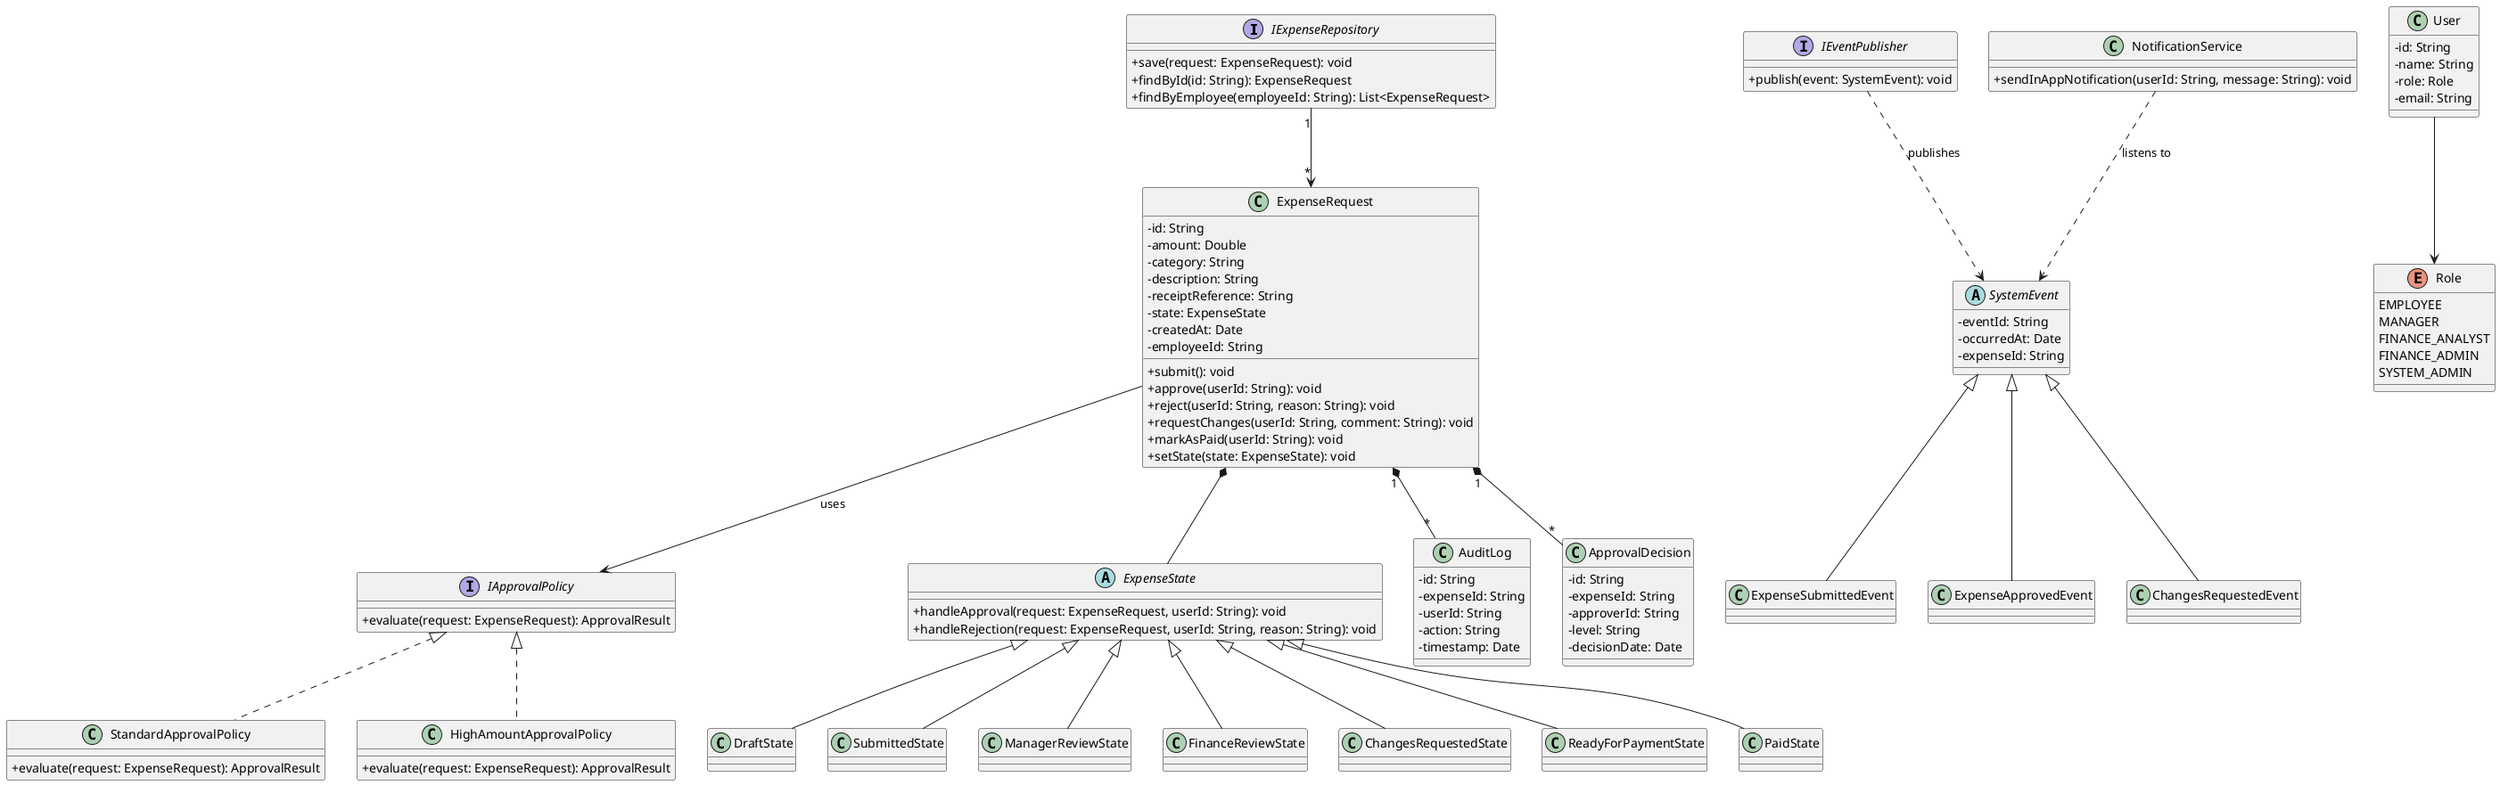
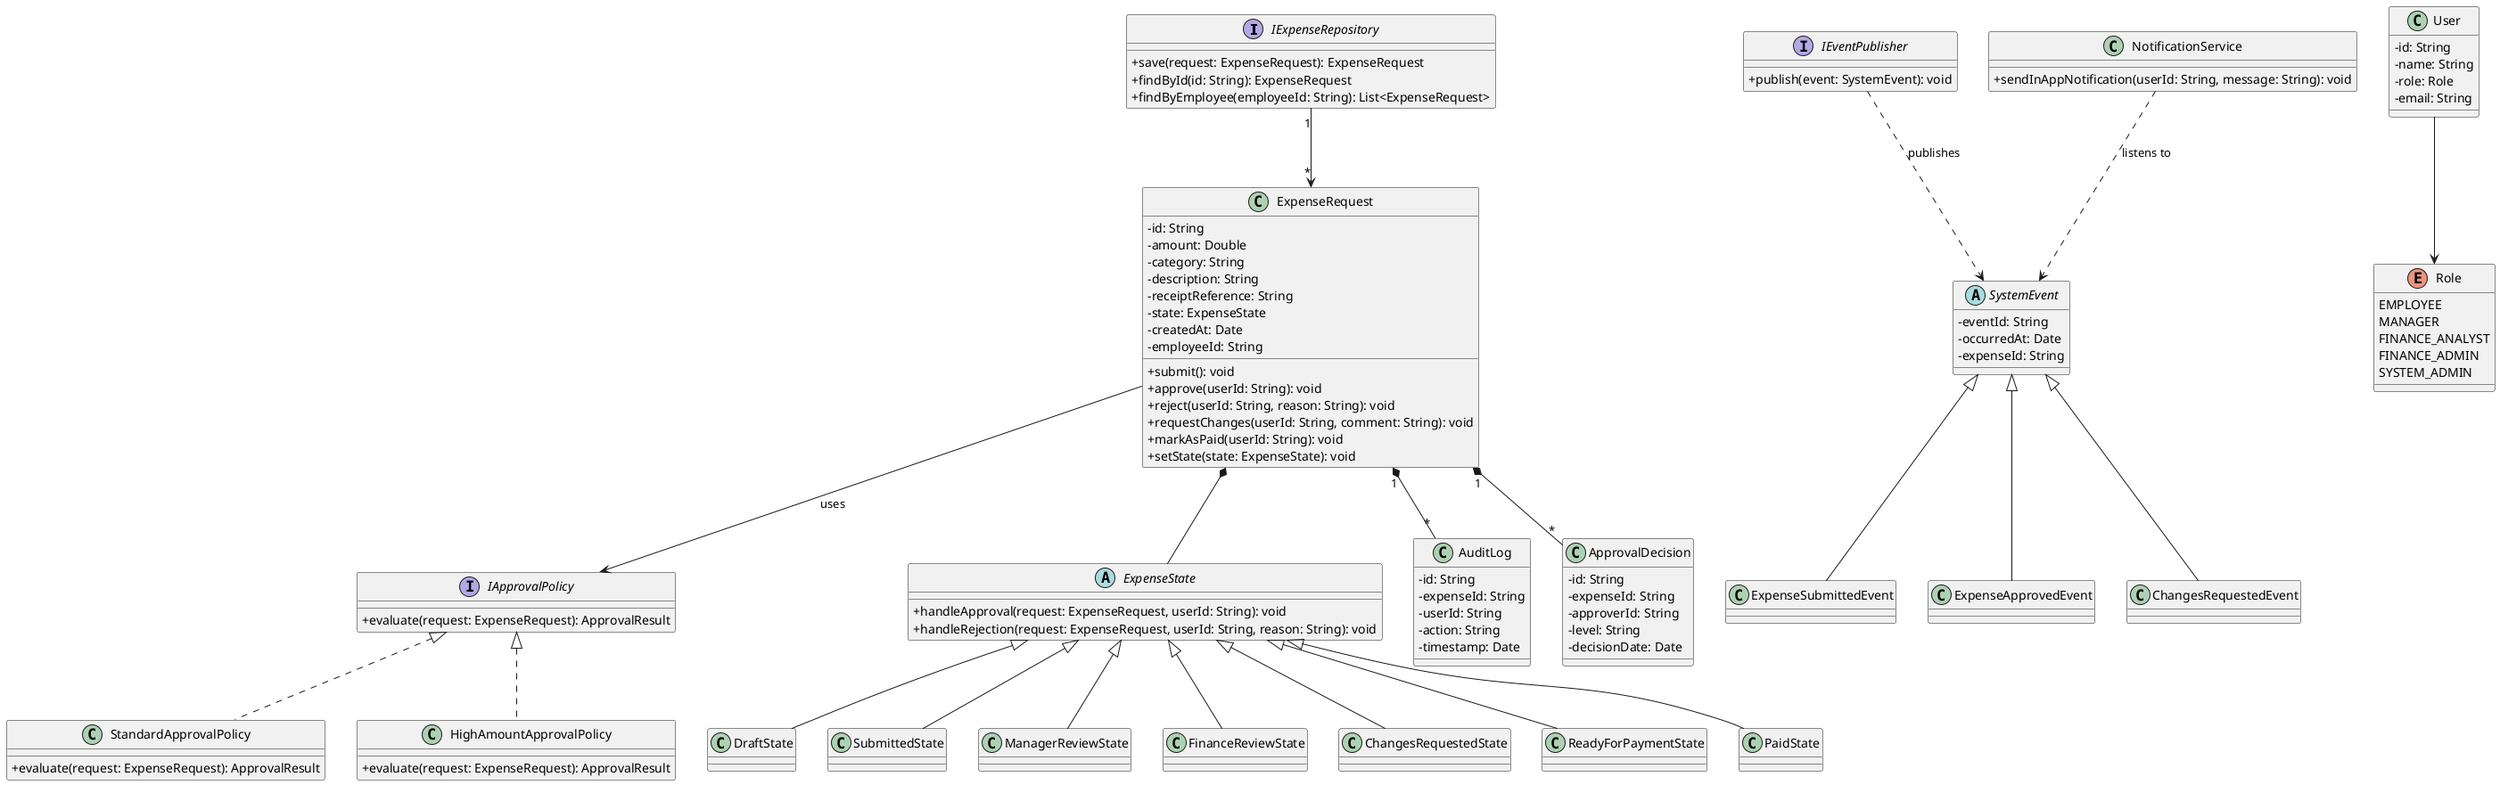
@startuml
skinparam classAttributeIconSize 0

' --- Interfaces y Abstracciones ---
interface IExpenseRepository {
-   + save(request: ExpenseRequest): void
+   + save(request: ExpenseRequest): ExpenseRequest
  + findById(id: String): ExpenseRequest
  + findByEmployee(employeeId: String): List<ExpenseRequest>
}

interface IEventPublisher {
  + publish(event: SystemEvent): void
}

' --- Patrón Strategy/Policy para Reglas de Aprobación ---
interface IApprovalPolicy {
  + evaluate(request: ExpenseRequest): ApprovalResult
}

class StandardApprovalPolicy implements IApprovalPolicy {
  + evaluate(request: ExpenseRequest): ApprovalResult
}

class HighAmountApprovalPolicy implements IApprovalPolicy {
  + evaluate(request: ExpenseRequest): ApprovalResult
}

' --- Entidades Principales ---
class User {
  - id: String
  - name: String
  - role: Role
  - email: String
}

enum Role {
  EMPLOYEE
  MANAGER
  FINANCE_ANALYST
  FINANCE_ADMIN
  SYSTEM_ADMIN
}

class ExpenseRequest {
  - id: String
  - amount: Double
  - category: String
  - description: String
  - receiptReference: String
  - state: ExpenseState
  - createdAt: Date
  - employeeId: String
  + submit(): void
  + approve(userId: String): void
  + reject(userId: String, reason: String): void
  + requestChanges(userId: String, comment: String): void
  + markAsPaid(userId: String): void
  + setState(state: ExpenseState): void
}

' --- Patrón State para el Ciclo de Vida ---
abstract class ExpenseState {
  + handleApproval(request: ExpenseRequest, userId: String): void
  + handleRejection(request: ExpenseRequest, userId: String, reason: String): void
}

class DraftState extends ExpenseState
class SubmittedState extends ExpenseState
class ManagerReviewState extends ExpenseState
class FinanceReviewState extends ExpenseState
class ChangesRequestedState extends ExpenseState
class ReadyForPaymentState extends ExpenseState
class PaidState extends ExpenseState

' --- Eventos (Observer/Event) ---
abstract class SystemEvent {
  - eventId: String
  - occurredAt: Date
  - expenseId: String
}

class ExpenseSubmittedEvent extends SystemEvent
class ExpenseApprovedEvent extends SystemEvent
class ChangesRequestedEvent extends SystemEvent

class NotificationService {
  + sendInAppNotification(userId: String, message: String): void
}

' --- Auditoría y Aprobaciones ---
class AuditLog {
  - id: String
  - expenseId: String
  - userId: String
  - action: String
  - timestamp: Date
}

class ApprovalDecision {
  - id: String
  - expenseId: String
  - approverId: String
  - level: String
  - decisionDate: Date
}

' --- Relaciones ---
User --> Role
ExpenseRequest *-- ExpenseState
ExpenseRequest --> IApprovalPolicy : "uses"
IEventPublisher ..> SystemEvent : "publishes"
NotificationService ..> SystemEvent : "listens to"
ExpenseRequest "1" *-- "*" ApprovalDecision
ExpenseRequest "1" *-- "*" AuditLog
IExpenseRepository "1" --> "*" ExpenseRequest

@enduml